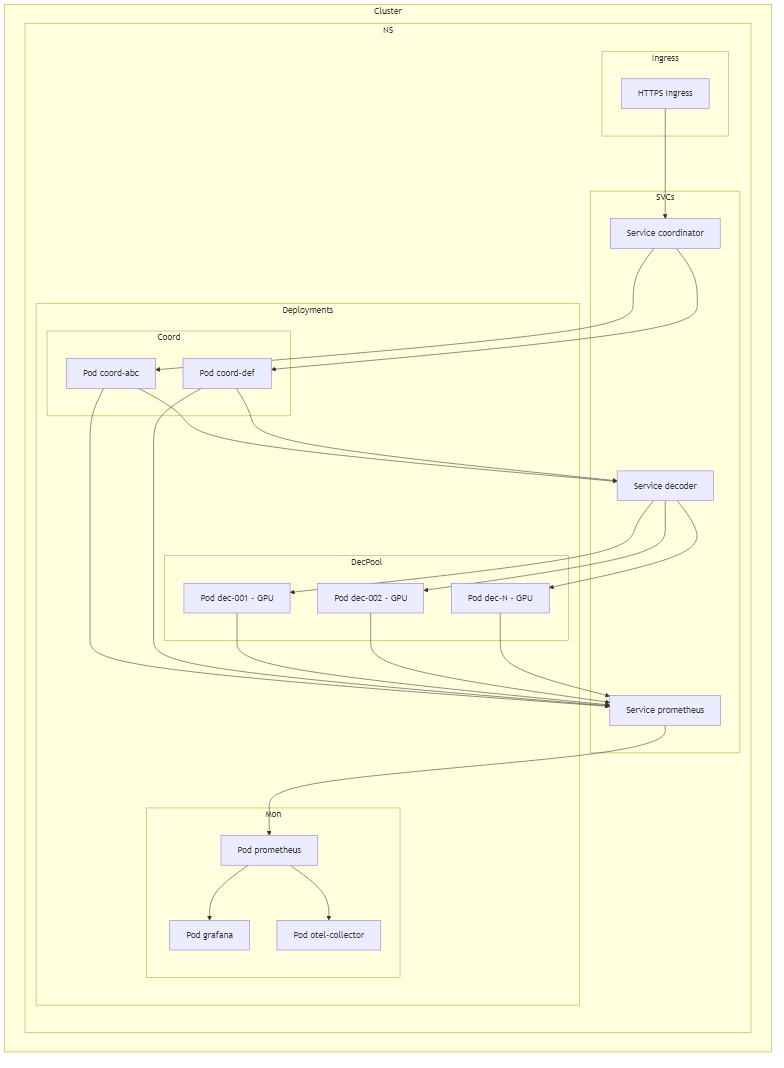
code-with-zeeshan/universal-translation-system keeps this Mermaid diagram as docs/diagrams/out/k8s_topology.png. Above is the earlier version. Its source is kept beside it as docs/diagrams/k8s_topology.mmd. Its diagram source:
```mermaid
flowchart TB
    subgraph Cluster
        subgraph NS
            subgraph Ingress
                IG[HTTPS Ingress]
            end

            subgraph SVCs
                SCoord[Service coordinator]
                SDec[Service decoder]
                SMon[Service prometheus]
            end

            subgraph Deployments
                subgraph Coord
                    CPod1[Pod coord-abc]
                    CPod2[Pod coord-def]
                end
                subgraph DecPool
                    DPod1[Pod dec-001 - GPU]
                    DPod2[Pod dec-002 - GPU]
                    DPodN[Pod dec-N - GPU]
                end
                subgraph Mon
                    PPod[Pod prometheus]
                    GPod[Pod grafana]
                    OTel[Pod otel-collector]
                end
            end
        end
    end

    IG --> SCoord
    SCoord --> CPod1
    SCoord --> CPod2

    CPod1 --> SDec
    CPod2 --> SDec

    SDec --> DPod1
    SDec --> DPod2
    SDec --> DPodN

    CPod1 --> SMon
    CPod2 --> SMon
    DPod1 --> SMon
    DPod2 --> SMon
    DPodN --> SMon

    SMon --> PPod
    PPod --> GPod
    PPod --> OTel
```
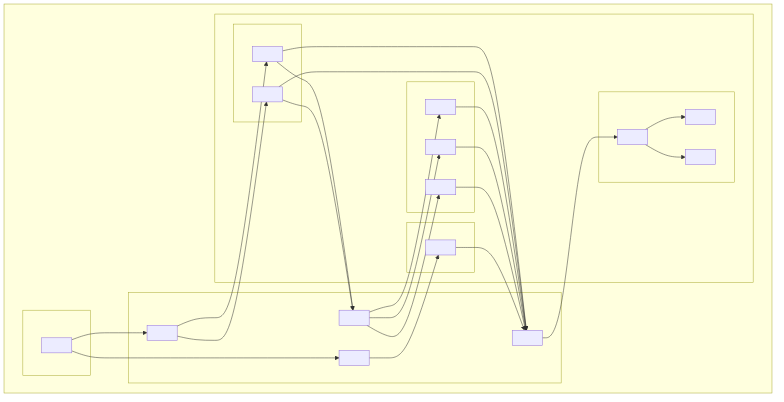
The same file after the commit.

Diff of the diagram source:
```diff
@@ -1,52 +1,58 @@
-flowchart TB
+graph TB
     subgraph Cluster
-        subgraph NS
-            subgraph Ingress
-                IG[HTTPS Ingress]
+        subgraph Ingress
+            IG[HTTPS Ingress]
+        end
+
+        subgraph SVCs
+            SCoord[coordinator svc]
+            SDec[decoder svc]
+            SEnc[encoder svc]
+            SMon[prometheus svc]
+        end
+
+        subgraph Deployments
+            subgraph Coord
+                C1[coordinator pod]
+                C2[coordinator pod]
             end
-
-            subgraph SVCs
-                SCoord[Service coordinator]
-                SDec[Service decoder]
-                SMon[Service prometheus]
+            subgraph DecPool
+                D1[decoder pod GPU]
+                D2[decoder pod GPU]
+                DN[decoder pod N GPU]
             end
-
-            subgraph Deployments
-                subgraph Coord
-                    CPod1[Pod coord-abc]
-                    CPod2[Pod coord-def]
-                end
-                subgraph DecPool
-                    DPod1[Pod dec-001 - GPU]
-                    DPod2[Pod dec-002 - GPU]
-                    DPodN[Pod dec-N - GPU]
-                end
-                subgraph Mon
-                    PPod[Pod prometheus]
-                    GPod[Pod grafana]
-                    OTel[Pod otel-collector]
-                end
+            subgraph Enc
+                EC[encoder core pod]
+            end
+            subgraph Mon
+                PR[prometheus pod]
+                GR[grafana pod]
+                OC[otel collector pod]
             end
         end
     end
 
     IG --> SCoord
-    SCoord --> CPod1
-    SCoord --> CPod2
+    IG --> SEnc
+    SCoord --> C1
+    SCoord --> C2
 
-    CPod1 --> SDec
-    CPod2 --> SDec
+    C1 --> SDec
+    C2 --> SDec
 
-    SDec --> DPod1
-    SDec --> DPod2
-    SDec --> DPodN
+    SDec --> D1
+    SDec --> D2
+    SDec --> DN
 
-    CPod1 --> SMon
-    CPod2 --> SMon
-    DPod1 --> SMon
-    DPod2 --> SMon
-    DPodN --> SMon
+    SEnc --> EC
 
-    SMon --> PPod
-    PPod --> GPod
-    PPod --> OTel
+    C1 --> SMon
+    C2 --> SMon
+    D1 --> SMon
+    D2 --> SMon
+    DN --> SMon
+    EC --> SMon
+
+    SMon --> PR
+    PR --> GR
+    PR --> OC
```
